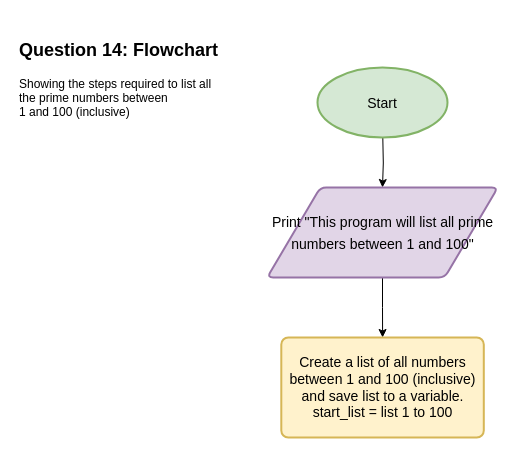
This is Q14(1)_Flowchart.drawio from Wade008/flowcharts, a draw.io file, before an edit. Source tidied: cells renumbered, new cells numbered last; positions are measured from the earlier drawing's top-left corner, leaving out a move shared by most shapes. Both pictures are drawn from the tidied source at 100%, with x=0, y=0 at pixel (17, 17).
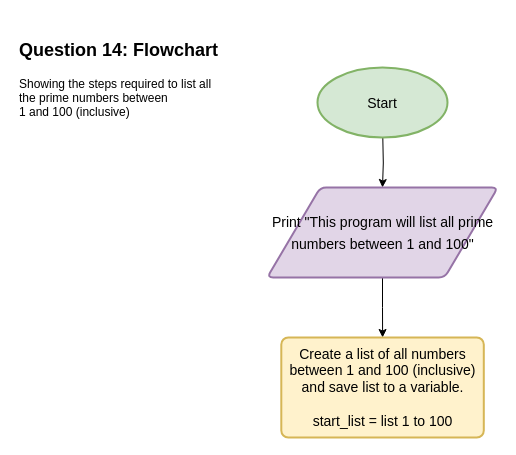
The same diagram, later.

The edit, as a diff of the source:
```diff
@@
 <mxGraphModel>
   <root>
     <mxCell id="0" />
     <mxCell id="1" parent="0" />
     <mxCell id="2" value="&lt;h2&gt;&lt;b&gt;&lt;font style=&quot;font-size: 18px;&quot;&gt;Question 14: Flowchart&lt;/font&gt;&lt;/b&gt;&lt;/h2&gt;Showing the steps required to list all &lt;br&gt;the prime numbers between &lt;br&gt;1 and 100 (inclusive)" style="text;html=1;align=left;verticalAlign=middle;strokeColor=none;fillColor=none;labelPosition=center;verticalLabelPosition=middle;textDirection=ltr;" parent="1" vertex="1">
       <mxGeometry width="200" height="110" as="geometry" />
     </mxCell>
     <mxCell id="3" style="edgeStyle=orthogonalEdgeStyle;rounded=0;jettySize=auto;html=1;fontSize=18;" parent="1" edge="1" target="6">
       <mxGeometry relative="1" as="geometry">
         <mxPoint x="365.3" y="120" as="sourcePoint" />
       </mxGeometry>
     </mxCell>
     <mxCell id="4" value="&lt;font style=&quot;font-size: 14px;&quot;&gt;Start&lt;/font&gt;" style="strokeWidth=2;html=1;shape=mxgraph.flowchart.start_2;whiteSpace=wrap;fontSize=18;fillColor=#d5e8d4;strokeColor=#82b366;" parent="1" vertex="1">
       <mxGeometry x="300" y="50" width="130" height="70" as="geometry" />
     </mxCell>
     <mxCell id="5" style="edgeStyle=orthogonalEdgeStyle;rounded=0;jettySize=auto;html=1;fontSize=14;" parent="1" edge="1" source="6" target="7">
       <mxGeometry relative="1" as="geometry" />
     </mxCell>
     <mxCell id="6" value="&lt;font style=&quot;font-size: 14px;&quot;&gt;Print &quot;This program will list all prime numbers between 1 and 100&quot;&lt;/font&gt;" style="shape=parallelogram;html=1;strokeWidth=2;perimeter=parallelogramPerimeter;rounded=1;arcSize=12;size=0.23;fontSize=18;fillColor=#e1d5e7;strokeColor=#9673a6;whiteSpace=wrap;" parent="1" vertex="1">
       <mxGeometry x="249.7" y="170" width="230.6" height="90" as="geometry" />
     </mxCell>
-    <mxCell id="7" value="Create a list of all numbers between 1 and 100 (inclusive) and save list to a variable.&lt;br&gt;start_list = list 1 to 100" style="rounded=1;whiteSpace=wrap;html=1;absoluteArcSize=1;arcSize=14;strokeWidth=2;fontSize=14;fillColor=#fff2cc;strokeColor=#d6b656;" parent="1" vertex="1">
+    <mxCell id="7" value="Create a list of all numbers between 1 and 100 (inclusive) and save list to a variable.&lt;br&gt;&lt;br&gt;start_list = list 1 to 100" style="rounded=1;whiteSpace=wrap;html=1;absoluteArcSize=1;arcSize=14;strokeWidth=2;fontSize=14;fillColor=#fff2cc;strokeColor=#d6b656;" parent="1" vertex="1">
       <mxGeometry x="263.8" y="320" width="202.5" height="100" as="geometry" />
     </mxCell>
   </root>
 </mxGraphModel>
```
